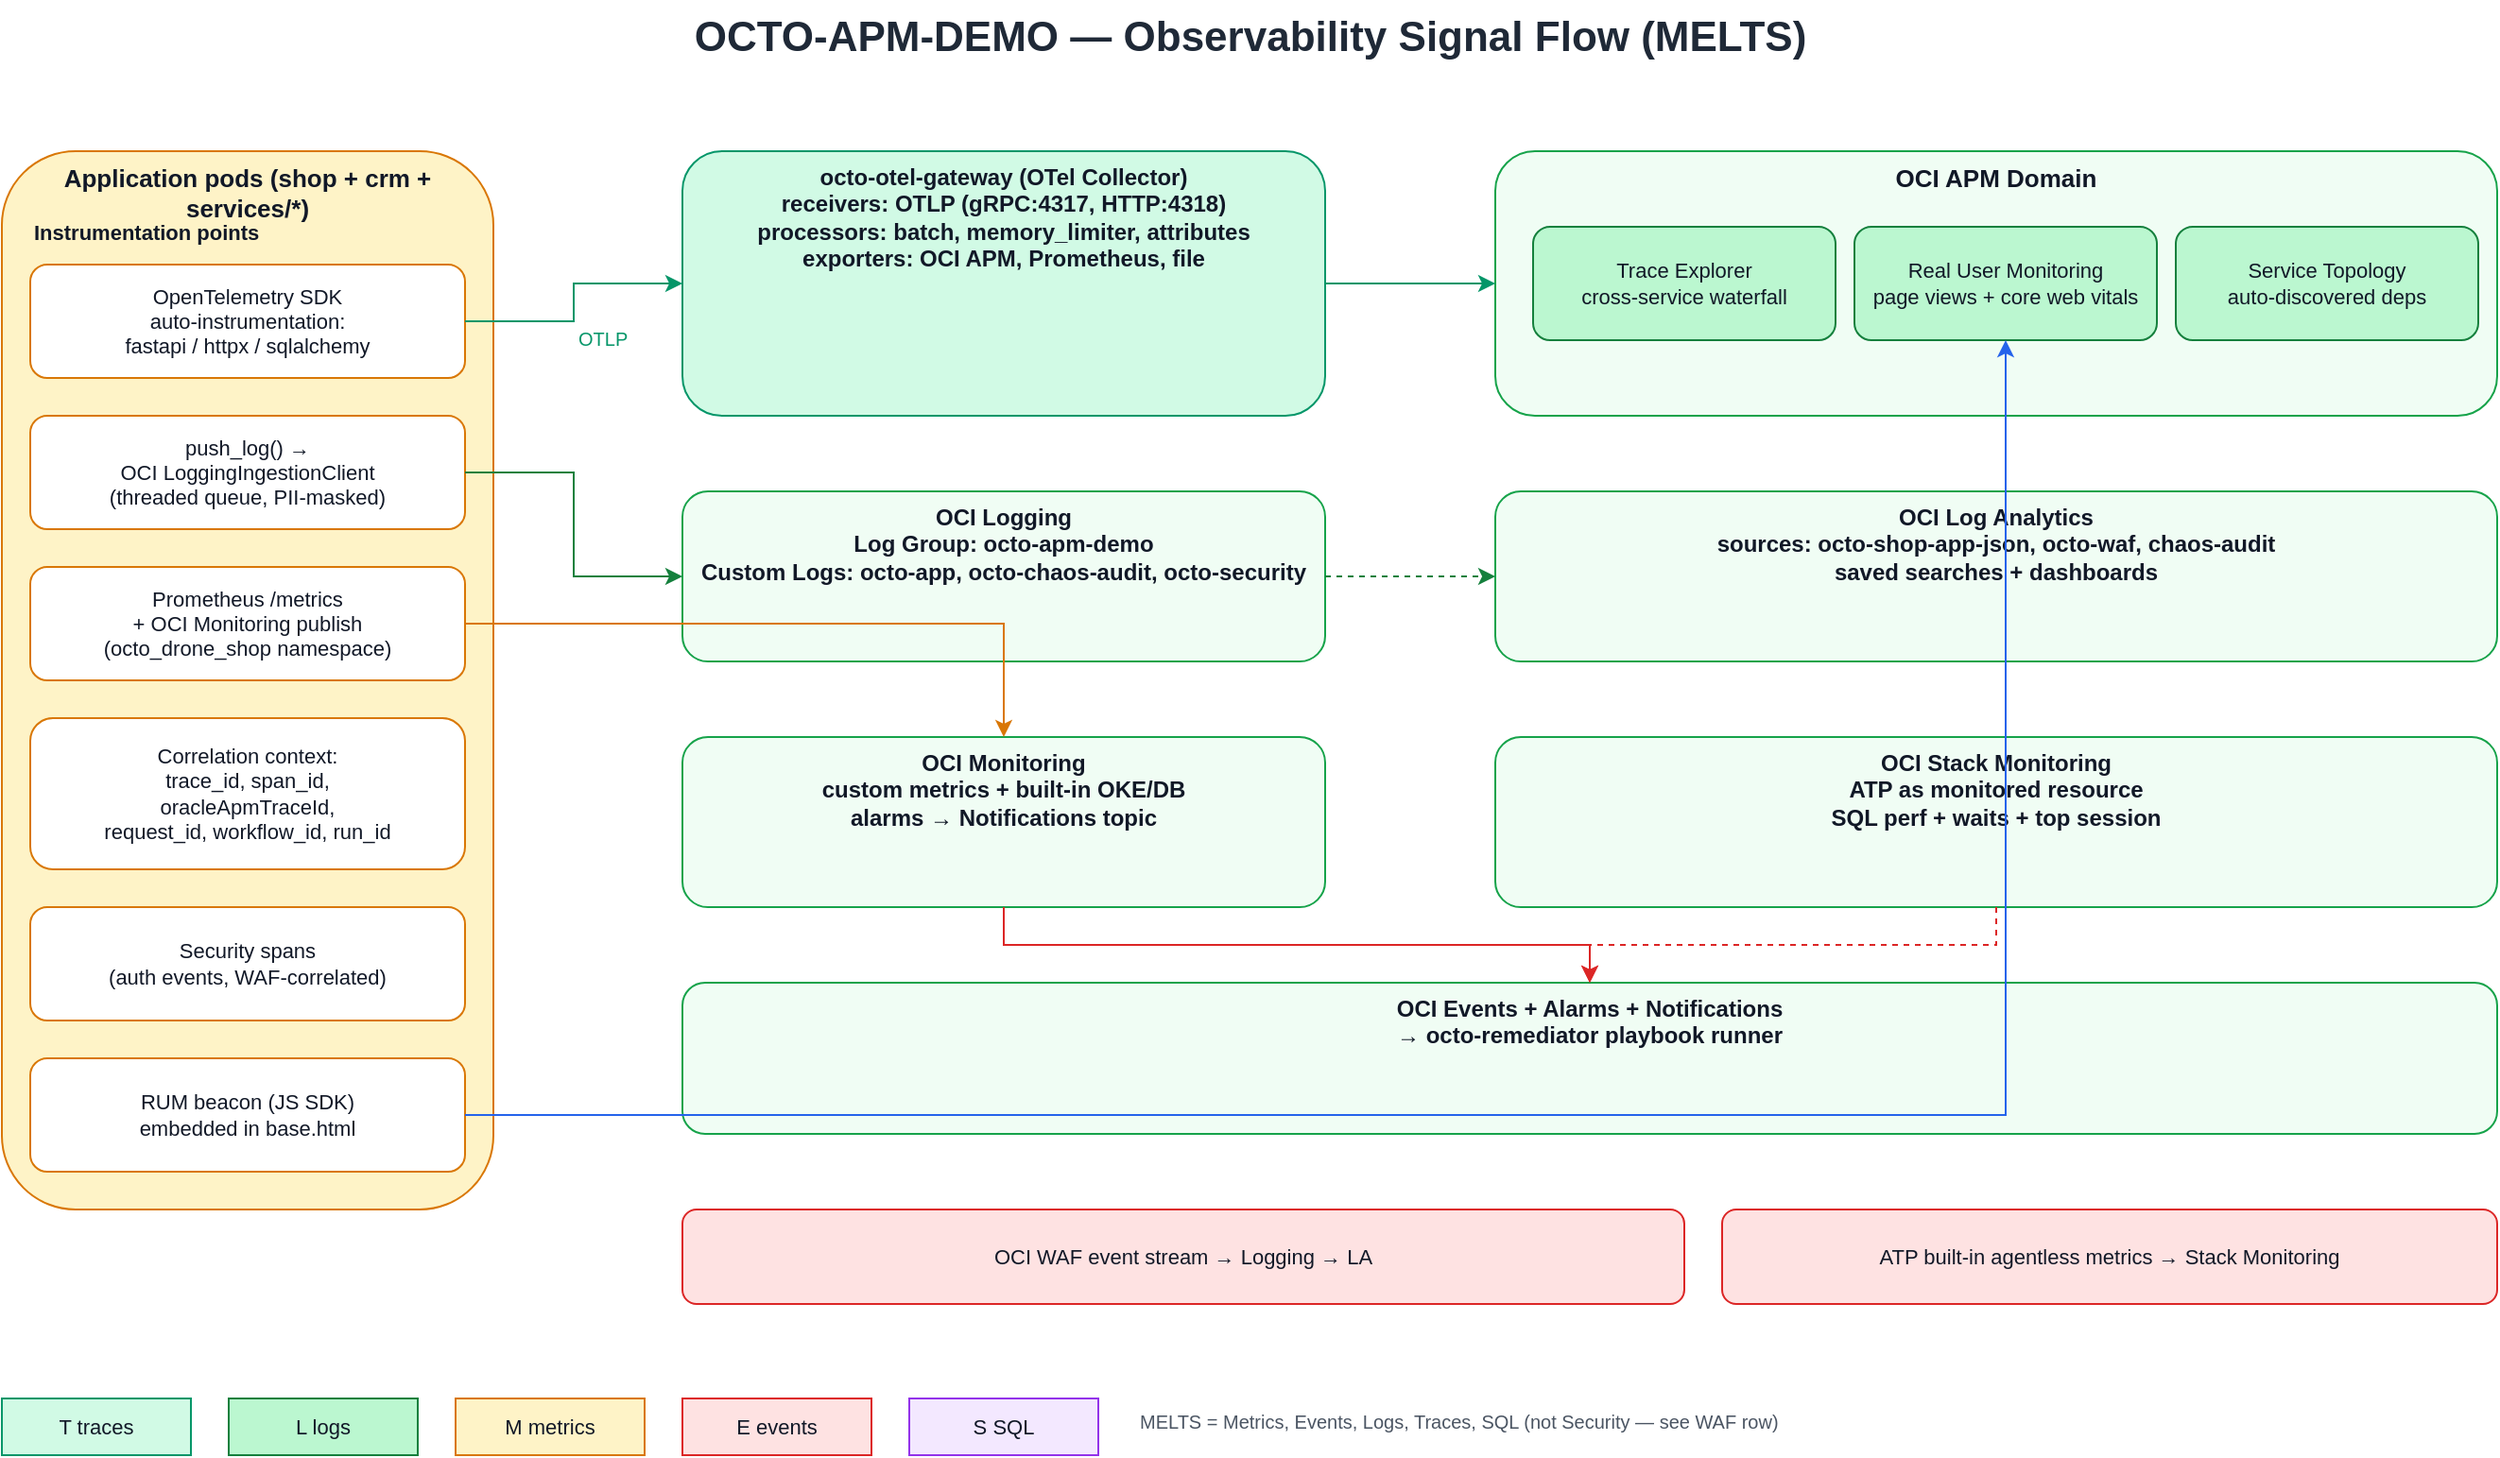
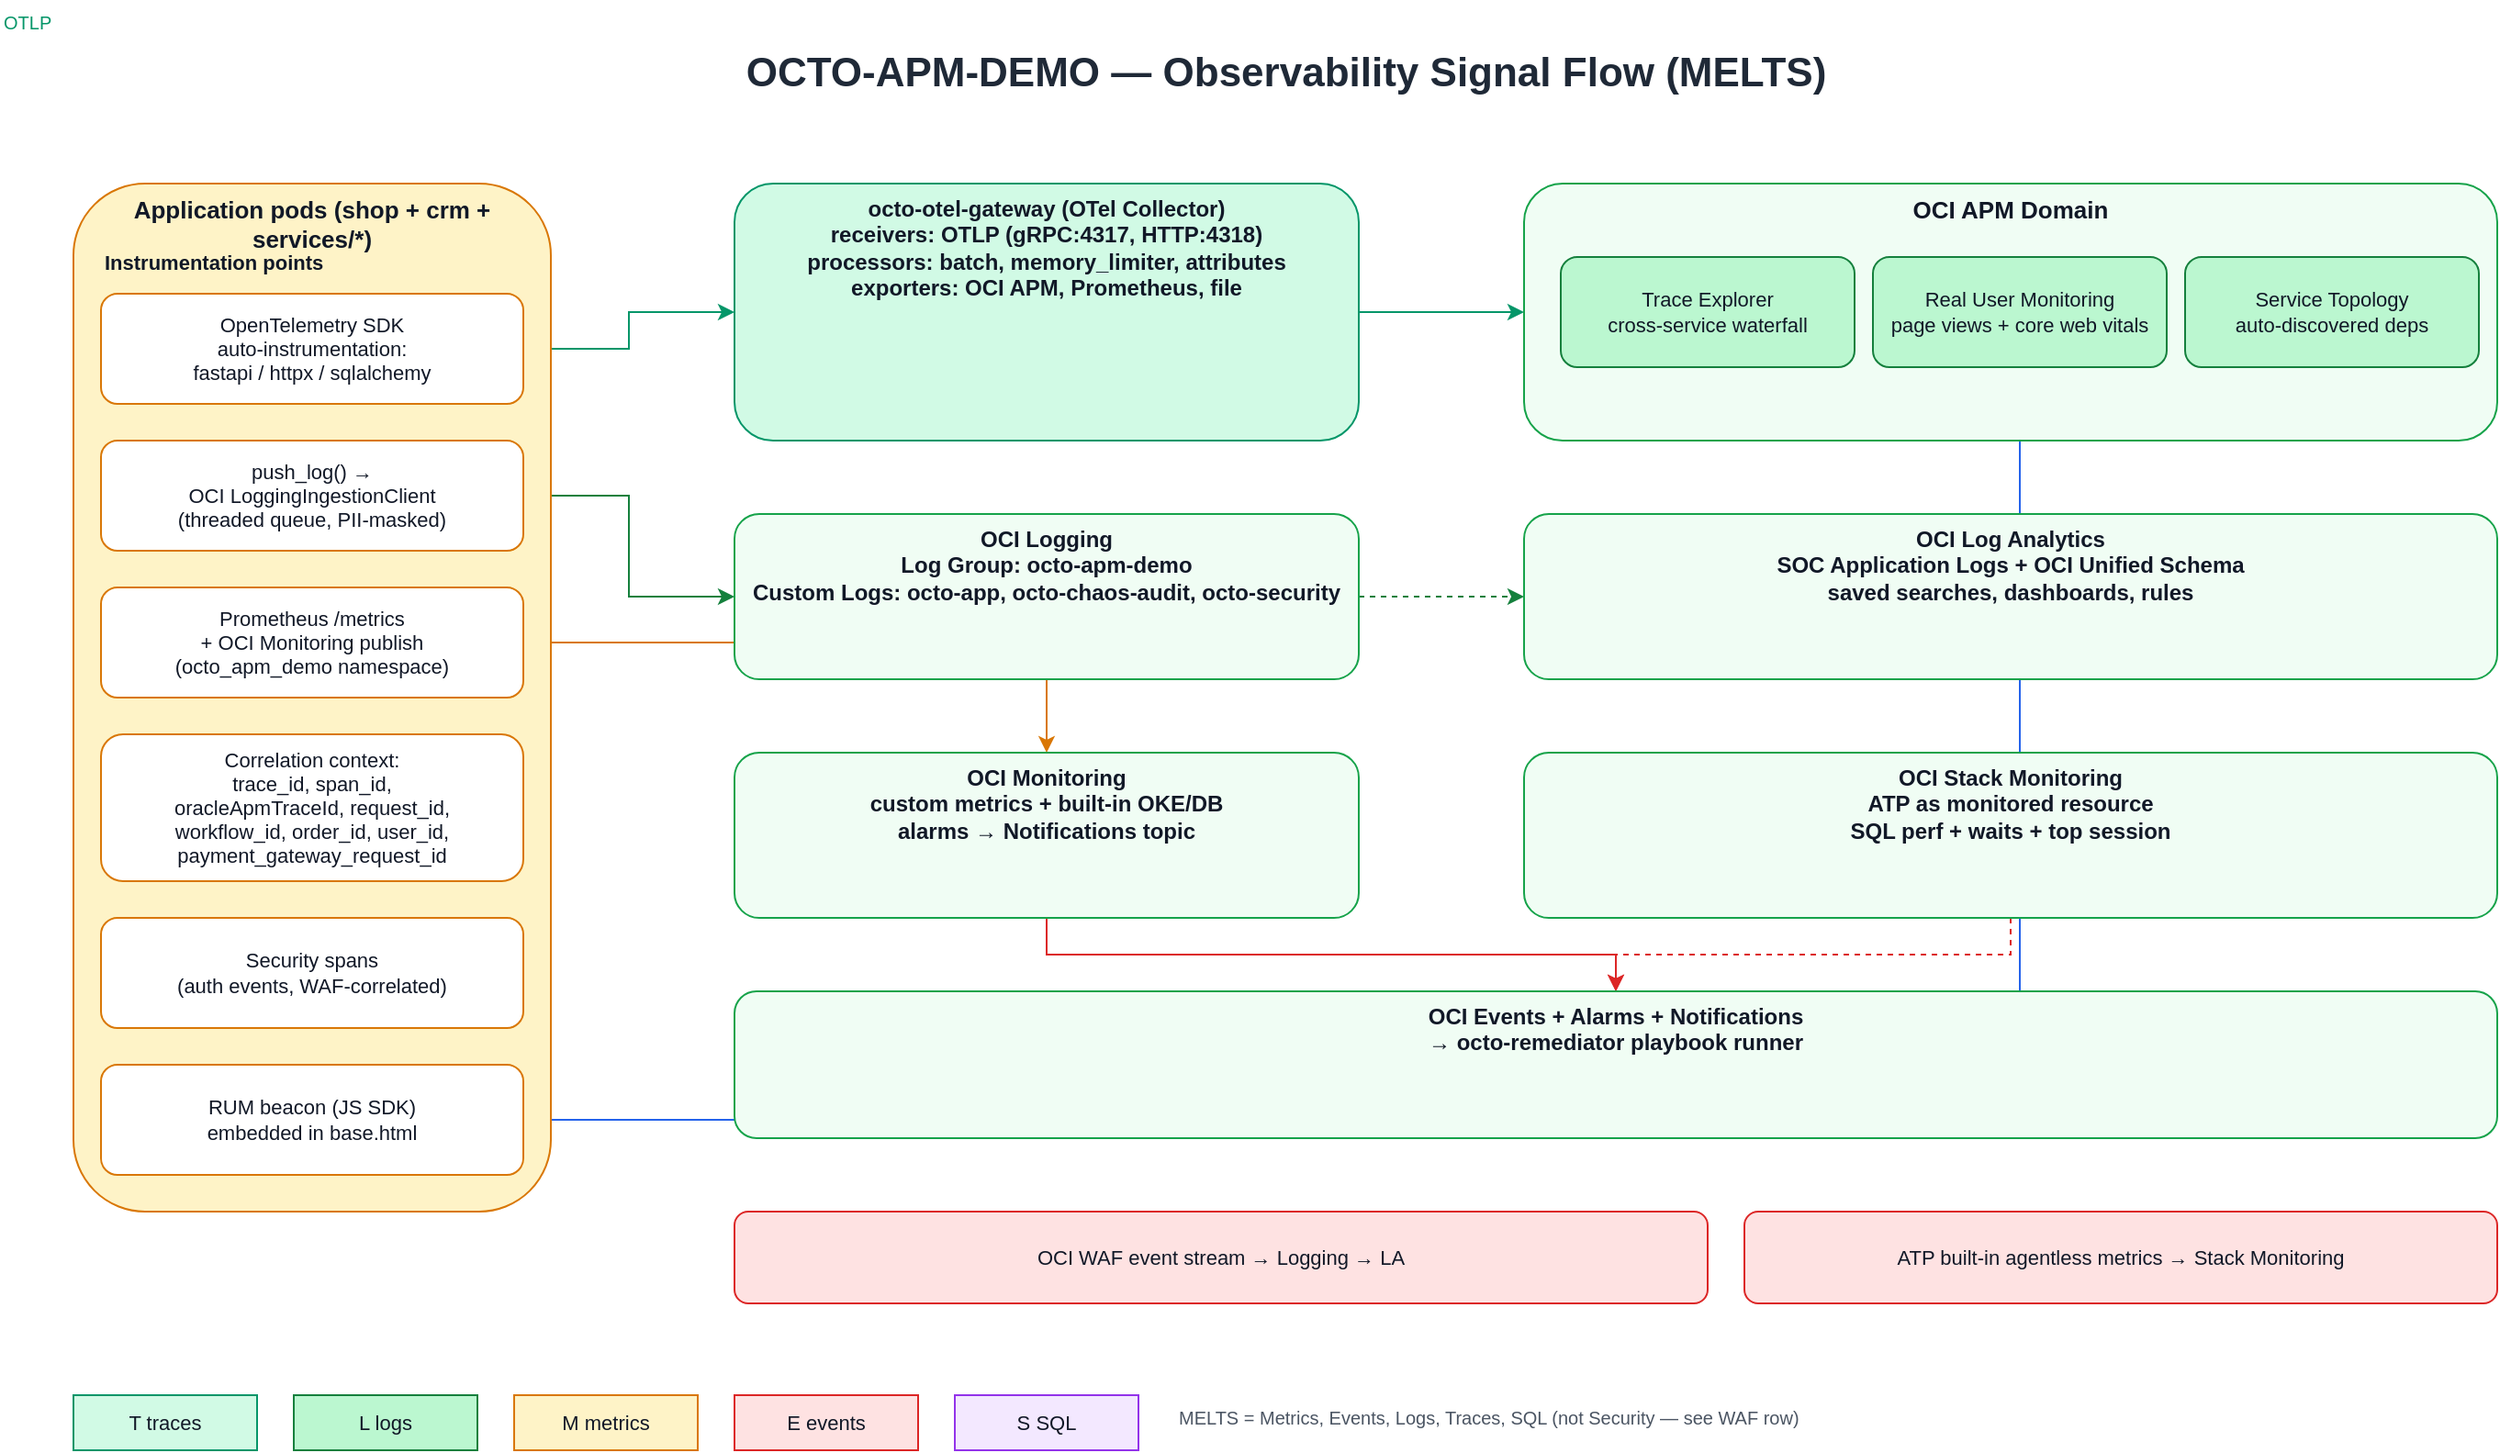
<mxfile host="app.diagrams.net" modified="2026-04-23T07:00:00.000Z" agent="octo-apm-demo" version="24.0.0" type="device">
  <diagram name="Observability Flow" id="obs-flow">
    <mxGraphModel dx="1400" dy="900" grid="1" gridSize="10" guides="1" tooltips="1" connect="1" arrows="1" fold="1" page="1" pageScale="1" pageWidth="1400" pageHeight="900" math="0" shadow="0">
      <root>
        <mxCell id="0" />
-         <mxCell id="1" parent="0" />
- 
+         <mxCell id="1" parent="0" value="00 - Notes and flow arrows" />
+         <mxCell id="layer-app-instrumentation" value="10 - App instrumentation and correlation" parent="0" />
+         <mxCell id="layer-routing" value="20 - Collection and routing" parent="0" />
+         <mxCell id="layer-oci-observability" value="30 - OCI observability destinations" parent="0" />
+         <mxCell id="layer-legends" value="40 - MELTS legend" parent="0" />
        <mxCell id="title" value="OCTO-APM-DEMO — Observability Signal Flow (MELTS)" style="text;html=1;align=center;verticalAlign=middle;fontSize=22;fontStyle=1;fontColor=#1F2937" vertex="1" parent="1">
          <mxGeometry x="40" y="20" width="1320" height="40" as="geometry" />
        </mxCell>
- 
-         <mxCell id="apps" value="Application pods (shop + crm + services/*)" style="rounded=1;whiteSpace=wrap;html=1;fillColor=#FEF3C7;strokeColor=#D97706;fontSize=13;fontStyle=1;verticalAlign=top;fontColor=#111827" vertex="1" parent="1">
+         <mxCell id="apps" value="Application pods (shop + crm + services/*)" style="rounded=1;whiteSpace=wrap;html=1;fillColor=#FEF3C7;strokeColor=#D97706;fontSize=13;fontStyle=1;verticalAlign=top;fontColor=#111827" vertex="1" parent="layer-app-instrumentation">
          <mxGeometry x="40" y="100" width="260" height="560" as="geometry" />
        </mxCell>
- 
-         <mxCell id="app-instr" value="Instrumentation points" style="text;html=1;align=left;fontSize=11;fontStyle=1;fontColor=#111827" vertex="1" parent="1">
+         <mxCell id="app-instr" value="Instrumentation points" style="text;html=1;align=left;fontSize=11;fontStyle=1;fontColor=#111827" vertex="1" parent="layer-app-instrumentation">
          <mxGeometry x="55" y="130" width="230" height="20" as="geometry" />
        </mxCell>
- 
-         <mxCell id="otel-py" value="OpenTelemetry SDK&#xa;auto-instrumentation:&#xa;fastapi / httpx / sqlalchemy" style="rounded=1;whiteSpace=wrap;html=1;fillColor=#FFFFFF;strokeColor=#D97706;fontSize=11;fontColor=#111827" vertex="1" parent="1">
+         <mxCell id="otel-py" value="OpenTelemetry SDK&#10;auto-instrumentation:&#10;fastapi / httpx / sqlalchemy" style="rounded=1;whiteSpace=wrap;html=1;fillColor=#FFFFFF;strokeColor=#D97706;fontSize=11;fontColor=#111827" vertex="1" parent="layer-app-instrumentation">
          <mxGeometry x="55" y="160" width="230" height="60" as="geometry" />
        </mxCell>
- 
-         <mxCell id="log-sdk" value="push_log() →&#xa;OCI LoggingIngestionClient&#xa;(threaded queue, PII-masked)" style="rounded=1;whiteSpace=wrap;html=1;fillColor=#FFFFFF;strokeColor=#D97706;fontSize=11;fontColor=#111827" vertex="1" parent="1">
+         <mxCell id="log-sdk" value="push_log() →&#10;OCI LoggingIngestionClient&#10;(threaded queue, PII-masked)" style="rounded=1;whiteSpace=wrap;html=1;fillColor=#FFFFFF;strokeColor=#D97706;fontSize=11;fontColor=#111827" vertex="1" parent="layer-app-instrumentation">
          <mxGeometry x="55" y="240" width="230" height="60" as="geometry" />
        </mxCell>
- 
-         <mxCell id="metrics-sdk" value="Prometheus /metrics&#xa;+ OCI Monitoring publish&#xa;(octo_drone_shop namespace)" style="rounded=1;whiteSpace=wrap;html=1;fillColor=#FFFFFF;strokeColor=#D97706;fontSize=11;fontColor=#111827" vertex="1" parent="1">
+         <mxCell id="metrics-sdk" value="Prometheus /metrics&#10;+ OCI Monitoring publish&#10;(octo_apm_demo namespace)" style="rounded=1;whiteSpace=wrap;html=1;fillColor=#FFFFFF;strokeColor=#D97706;fontSize=11;fontColor=#111827" vertex="1" parent="layer-app-instrumentation">
          <mxGeometry x="55" y="320" width="230" height="60" as="geometry" />
        </mxCell>
- 
-         <mxCell id="correlation" value="Correlation context:&#xa;trace_id, span_id,&#xa;oracleApmTraceId,&#xa;request_id, workflow_id, run_id" style="rounded=1;whiteSpace=wrap;html=1;fillColor=#FFFFFF;strokeColor=#D97706;fontSize=11;fontColor=#111827" vertex="1" parent="1">
+         <mxCell id="correlation" value="Correlation context:&#10;trace_id, span_id,&#10;oracleApmTraceId, request_id,&#10;workflow_id, order_id, user_id,&#10;payment_gateway_request_id" style="rounded=1;whiteSpace=wrap;html=1;fillColor=#FFFFFF;strokeColor=#D97706;fontSize=11;fontColor=#111827" vertex="1" parent="layer-app-instrumentation">
          <mxGeometry x="55" y="400" width="230" height="80" as="geometry" />
        </mxCell>
- 
-         <mxCell id="security-spans" value="Security spans&#xa;(auth events, WAF-correlated)" style="rounded=1;whiteSpace=wrap;html=1;fillColor=#FFFFFF;strokeColor=#D97706;fontSize=11;fontColor=#111827" vertex="1" parent="1">
+         <mxCell id="security-spans" value="Security spans&#10;(auth events, WAF-correlated)" style="rounded=1;whiteSpace=wrap;html=1;fillColor=#FFFFFF;strokeColor=#D97706;fontSize=11;fontColor=#111827" vertex="1" parent="layer-app-instrumentation">
          <mxGeometry x="55" y="500" width="230" height="60" as="geometry" />
        </mxCell>
- 
-         <mxCell id="rum" value="RUM beacon (JS SDK)&#xa;embedded in base.html" style="rounded=1;whiteSpace=wrap;html=1;fillColor=#FFFFFF;strokeColor=#D97706;fontSize=11;fontColor=#111827" vertex="1" parent="1">
+         <mxCell id="rum" value="RUM beacon (JS SDK)&#10;embedded in base.html" style="rounded=1;whiteSpace=wrap;html=1;fillColor=#FFFFFF;strokeColor=#D97706;fontSize=11;fontColor=#111827" vertex="1" parent="layer-app-instrumentation">
          <mxGeometry x="55" y="580" width="230" height="60" as="geometry" />
        </mxCell>
- 
-         <mxCell id="gateway" value="octo-otel-gateway (OTel Collector)&#xa;receivers: OTLP (gRPC:4317, HTTP:4318)&#xa;processors: batch, memory_limiter, attributes&#xa;exporters: OCI APM, Prometheus, file" style="rounded=1;whiteSpace=wrap;html=1;fillColor=#D1FAE5;strokeColor=#059669;fontSize=12;fontStyle=1;verticalAlign=top;fontColor=#111827" vertex="1" parent="1">
+         <mxCell id="gateway" value="octo-otel-gateway (OTel Collector)&#10;receivers: OTLP (gRPC:4317, HTTP:4318)&#10;processors: batch, memory_limiter, attributes&#10;exporters: OCI APM, Prometheus, file" style="rounded=1;whiteSpace=wrap;html=1;fillColor=#D1FAE5;strokeColor=#059669;fontSize=12;fontStyle=1;verticalAlign=top;fontColor=#111827" vertex="1" parent="layer-routing">
          <mxGeometry x="400" y="100" width="340" height="140" as="geometry" />
        </mxCell>
- 
-         <mxCell id="apm-svc" value="OCI APM Domain" style="rounded=1;whiteSpace=wrap;html=1;fillColor=#F0FDF4;strokeColor=#16A34A;fontSize=13;fontStyle=1;verticalAlign=top;fontColor=#111827" vertex="1" parent="1">
+         <mxCell id="apm-svc" value="OCI APM Domain" style="rounded=1;whiteSpace=wrap;html=1;fillColor=#F0FDF4;strokeColor=#16A34A;fontSize=13;fontStyle=1;verticalAlign=top;fontColor=#111827" vertex="1" parent="layer-oci-observability">
          <mxGeometry x="830" y="100" width="530" height="140" as="geometry" />
        </mxCell>
- 
-         <mxCell id="apm-traces" value="Trace Explorer&#xa;cross-service waterfall" style="rounded=1;whiteSpace=wrap;html=1;fillColor=#BBF7D0;strokeColor=#15803D;fontSize=11;fontColor=#111827" vertex="1" parent="1">
+         <mxCell id="apm-traces" value="Trace Explorer&#10;cross-service waterfall" style="rounded=1;whiteSpace=wrap;html=1;fillColor=#BBF7D0;strokeColor=#15803D;fontSize=11;fontColor=#111827" vertex="1" parent="layer-oci-observability">
          <mxGeometry x="850" y="140" width="160" height="60" as="geometry" />
        </mxCell>
- 
-         <mxCell id="apm-rum" value="Real User Monitoring&#xa;page views + core web vitals" style="rounded=1;whiteSpace=wrap;html=1;fillColor=#BBF7D0;strokeColor=#15803D;fontSize=11;fontColor=#111827" vertex="1" parent="1">
+         <mxCell id="apm-rum" value="Real User Monitoring&#10;page views + core web vitals" style="rounded=1;whiteSpace=wrap;html=1;fillColor=#BBF7D0;strokeColor=#15803D;fontSize=11;fontColor=#111827" vertex="1" parent="layer-oci-observability">
          <mxGeometry x="1020" y="140" width="160" height="60" as="geometry" />
        </mxCell>
- 
-         <mxCell id="apm-topology" value="Service Topology&#xa;auto-discovered deps" style="rounded=1;whiteSpace=wrap;html=1;fillColor=#BBF7D0;strokeColor=#15803D;fontSize=11;fontColor=#111827" vertex="1" parent="1">
+         <mxCell id="apm-topology" value="Service Topology&#10;auto-discovered deps" style="rounded=1;whiteSpace=wrap;html=1;fillColor=#BBF7D0;strokeColor=#15803D;fontSize=11;fontColor=#111827" vertex="1" parent="layer-oci-observability">
          <mxGeometry x="1190" y="140" width="160" height="60" as="geometry" />
        </mxCell>
- 
-         <mxCell id="logging-svc" value="OCI Logging&#xa;Log Group: octo-apm-demo&#xa;Custom Logs: octo-app, octo-chaos-audit, octo-security" style="rounded=1;whiteSpace=wrap;html=1;fillColor=#F0FDF4;strokeColor=#16A34A;fontSize=12;fontStyle=1;verticalAlign=top;fontColor=#111827" vertex="1" parent="1">
+         <mxCell id="logging-svc" value="OCI Logging&#10;Log Group: octo-apm-demo&#10;Custom Logs: octo-app, octo-chaos-audit, octo-security" style="rounded=1;whiteSpace=wrap;html=1;fillColor=#F0FDF4;strokeColor=#16A34A;fontSize=12;fontStyle=1;verticalAlign=top;fontColor=#111827" vertex="1" parent="layer-oci-observability">
          <mxGeometry x="400" y="280" width="340" height="90" as="geometry" />
        </mxCell>
- 
-         <mxCell id="la-svc" value="OCI Log Analytics&#xa;sources: octo-shop-app-json, octo-waf, chaos-audit&#xa;saved searches + dashboards" style="rounded=1;whiteSpace=wrap;html=1;fillColor=#F0FDF4;strokeColor=#16A34A;fontSize=12;fontStyle=1;verticalAlign=top;fontColor=#111827" vertex="1" parent="1">
+         <mxCell id="la-svc" value="OCI Log Analytics&#10;SOC Application Logs + OCI Unified Schema&#10;saved searches, dashboards, rules" style="rounded=1;whiteSpace=wrap;html=1;fillColor=#F0FDF4;strokeColor=#16A34A;fontSize=12;fontStyle=1;verticalAlign=top;fontColor=#111827" vertex="1" parent="layer-oci-observability">
          <mxGeometry x="830" y="280" width="530" height="90" as="geometry" />
        </mxCell>
- 
-         <mxCell id="monitoring-svc" value="OCI Monitoring&#xa;custom metrics + built-in OKE/DB&#xa;alarms → Notifications topic" style="rounded=1;whiteSpace=wrap;html=1;fillColor=#F0FDF4;strokeColor=#16A34A;fontSize=12;fontStyle=1;verticalAlign=top;fontColor=#111827" vertex="1" parent="1">
+         <mxCell id="monitoring-svc" value="OCI Monitoring&#10;custom metrics + built-in OKE/DB&#10;alarms → Notifications topic" style="rounded=1;whiteSpace=wrap;html=1;fillColor=#F0FDF4;strokeColor=#16A34A;fontSize=12;fontStyle=1;verticalAlign=top;fontColor=#111827" vertex="1" parent="layer-oci-observability">
          <mxGeometry x="400" y="410" width="340" height="90" as="geometry" />
        </mxCell>
- 
-         <mxCell id="stackmon-svc" value="OCI Stack Monitoring&#xa;ATP as monitored resource&#xa;SQL perf + waits + top session" style="rounded=1;whiteSpace=wrap;html=1;fillColor=#F0FDF4;strokeColor=#16A34A;fontSize=12;fontStyle=1;verticalAlign=top;fontColor=#111827" vertex="1" parent="1">
+         <mxCell id="stackmon-svc" value="OCI Stack Monitoring&#10;ATP as monitored resource&#10;SQL perf + waits + top session" style="rounded=1;whiteSpace=wrap;html=1;fillColor=#F0FDF4;strokeColor=#16A34A;fontSize=12;fontStyle=1;verticalAlign=top;fontColor=#111827" vertex="1" parent="layer-oci-observability">
          <mxGeometry x="830" y="410" width="530" height="90" as="geometry" />
        </mxCell>
- 
-         <mxCell id="events-svc" value="OCI Events + Alarms + Notifications&#xa;→ octo-remediator playbook runner" style="rounded=1;whiteSpace=wrap;html=1;fillColor=#F0FDF4;strokeColor=#16A34A;fontSize=12;fontStyle=1;verticalAlign=top;fontColor=#111827" vertex="1" parent="1">
+         <mxCell id="events-svc" value="OCI Events + Alarms + Notifications&#10;→ octo-remediator playbook runner" style="rounded=1;whiteSpace=wrap;html=1;fillColor=#F0FDF4;strokeColor=#16A34A;fontSize=12;fontStyle=1;verticalAlign=top;fontColor=#111827" vertex="1" parent="layer-oci-observability">
          <mxGeometry x="400" y="540" width="960" height="80" as="geometry" />
        </mxCell>
- 
-         <mxCell id="waf-sig" value="OCI WAF event stream → Logging → LA" style="rounded=1;whiteSpace=wrap;html=1;fillColor=#FEE2E2;strokeColor=#DC2626;fontSize=11;fontColor=#111827" vertex="1" parent="1">
+         <mxCell id="waf-sig" value="OCI WAF event stream → Logging → LA" style="rounded=1;whiteSpace=wrap;html=1;fillColor=#FEE2E2;strokeColor=#DC2626;fontSize=11;fontColor=#111827" vertex="1" parent="layer-routing">
          <mxGeometry x="400" y="660" width="530" height="50" as="geometry" />
        </mxCell>
- 
-         <mxCell id="atp-sig" value="ATP built-in agentless metrics → Stack Monitoring" style="rounded=1;whiteSpace=wrap;html=1;fillColor=#FEE2E2;strokeColor=#DC2626;fontSize=11;fontColor=#111827" vertex="1" parent="1">
+         <mxCell id="atp-sig" value="ATP built-in agentless metrics → Stack Monitoring" style="rounded=1;whiteSpace=wrap;html=1;fillColor=#FEE2E2;strokeColor=#DC2626;fontSize=11;fontColor=#111827" vertex="1" parent="layer-routing">
          <mxGeometry x="950" y="660" width="410" height="50" as="geometry" />
        </mxCell>
- 
-         <mxCell id="legend-t" value="T traces" style="rounded=0;whiteSpace=wrap;html=1;fillColor=#D1FAE5;strokeColor=#059669;fontSize=11;fontColor=#111827" vertex="1" parent="1">
+         <mxCell id="legend-t" value="T traces" style="rounded=0;whiteSpace=wrap;html=1;fillColor=#D1FAE5;strokeColor=#059669;fontSize=11;fontColor=#111827" vertex="1" parent="layer-legends">
          <mxGeometry x="40" y="760" width="100" height="30" as="geometry" />
        </mxCell>
-         <mxCell id="legend-l" value="L logs" style="rounded=0;whiteSpace=wrap;html=1;fillColor=#BBF7D0;strokeColor=#15803D;fontSize=11;fontColor=#111827" vertex="1" parent="1">
+         <mxCell id="legend-l" value="L logs" style="rounded=0;whiteSpace=wrap;html=1;fillColor=#BBF7D0;strokeColor=#15803D;fontSize=11;fontColor=#111827" vertex="1" parent="layer-legends">
          <mxGeometry x="160" y="760" width="100" height="30" as="geometry" />
        </mxCell>
-         <mxCell id="legend-m" value="M metrics" style="rounded=0;whiteSpace=wrap;html=1;fillColor=#FEF3C7;strokeColor=#D97706;fontSize=11;fontColor=#111827" vertex="1" parent="1">
+         <mxCell id="legend-m" value="M metrics" style="rounded=0;whiteSpace=wrap;html=1;fillColor=#FEF3C7;strokeColor=#D97706;fontSize=11;fontColor=#111827" vertex="1" parent="layer-legends">
          <mxGeometry x="280" y="760" width="100" height="30" as="geometry" />
        </mxCell>
-         <mxCell id="legend-e" value="E events" style="rounded=0;whiteSpace=wrap;html=1;fillColor=#FEE2E2;strokeColor=#DC2626;fontSize=11;fontColor=#111827" vertex="1" parent="1">
+         <mxCell id="legend-e" value="E events" style="rounded=0;whiteSpace=wrap;html=1;fillColor=#FEE2E2;strokeColor=#DC2626;fontSize=11;fontColor=#111827" vertex="1" parent="layer-legends">
          <mxGeometry x="400" y="760" width="100" height="30" as="geometry" />
        </mxCell>
-         <mxCell id="legend-s" value="S SQL" style="rounded=0;whiteSpace=wrap;html=1;fillColor=#F3E8FF;strokeColor=#9333EA;fontSize=11;fontColor=#111827" vertex="1" parent="1">
+         <mxCell id="legend-s" value="S SQL" style="rounded=0;whiteSpace=wrap;html=1;fillColor=#F3E8FF;strokeColor=#9333EA;fontSize=11;fontColor=#111827" vertex="1" parent="layer-legends">
          <mxGeometry x="520" y="760" width="100" height="30" as="geometry" />
        </mxCell>
-         <mxCell id="legend-note" value="MELTS = Metrics, Events, Logs, Traces, SQL (not Security — see WAF row)" style="text;html=1;align=left;fontSize=10;fontColor=#4B5563" vertex="1" parent="1">
+         <mxCell id="legend-note" value="MELTS = Metrics, Events, Logs, Traces, SQL (not Security — see WAF row)" style="text;html=1;align=left;fontSize=10;fontColor=#4B5563" vertex="1" parent="layer-legends">
          <mxGeometry x="640" y="760" width="700" height="30" as="geometry" />
        </mxCell>
- 
        <mxCell id="f1" style="edgeStyle=orthogonalEdgeStyle;rounded=0;html=1;strokeColor=#059669" edge="1" parent="1" source="otel-py" target="gateway">
          <mxGeometry relative="1" as="geometry" />
        </mxCell>
-         <mxCell id="f1l" value="OTLP" style="edgeLabel;html=1;fontSize=10;fontColor=#059669" vertex="1" connectable="0" parent="f1">
+         <mxCell id="f1l" value="OTLP" style="edgeLabel;html=1;fontSize=10;fontColor=#059669" vertex="1" connectable="0" parent="layer-legends">
          <mxGeometry x="-0.1" y="0" relative="1" as="geometry">
            <mxPoint as="offset" />
          </mxGeometry>
        </mxCell>
- 
        <mxCell id="f2" style="edgeStyle=orthogonalEdgeStyle;rounded=0;html=1;strokeColor=#15803D" edge="1" parent="1" source="log-sdk" target="logging-svc">
          <mxGeometry relative="1" as="geometry" />
        </mxCell>
        <mxCell id="f3" style="edgeStyle=orthogonalEdgeStyle;rounded=0;html=1;strokeColor=#D97706" edge="1" parent="1" source="metrics-sdk" target="monitoring-svc">
          <mxGeometry relative="1" as="geometry" />
        </mxCell>
        <mxCell id="f4" style="edgeStyle=orthogonalEdgeStyle;rounded=0;html=1;strokeColor=#059669" edge="1" parent="1" source="gateway" target="apm-svc">
          <mxGeometry relative="1" as="geometry" />
        </mxCell>
        <mxCell id="f5" style="edgeStyle=orthogonalEdgeStyle;rounded=0;html=1;strokeColor=#15803D;dashed=1" edge="1" parent="1" source="logging-svc" target="la-svc">
          <mxGeometry relative="1" as="geometry" />
        </mxCell>
        <mxCell id="f6" style="edgeStyle=orthogonalEdgeStyle;rounded=0;html=1;strokeColor=#DC2626" edge="1" parent="1" source="monitoring-svc" target="events-svc">
          <mxGeometry relative="1" as="geometry" />
        </mxCell>
        <mxCell id="f7" style="edgeStyle=orthogonalEdgeStyle;rounded=0;html=1;strokeColor=#DC2626;dashed=1" edge="1" parent="1" source="stackmon-svc" target="events-svc">
          <mxGeometry relative="1" as="geometry" />
        </mxCell>
        <mxCell id="f8" style="edgeStyle=orthogonalEdgeStyle;rounded=0;html=1;strokeColor=#2563EB" edge="1" parent="1" source="rum" target="apm-rum">
          <mxGeometry relative="1" as="geometry" />
        </mxCell>
      </root>
    </mxGraphModel>
  </diagram>
- </mxfile>
+ </mxfile>